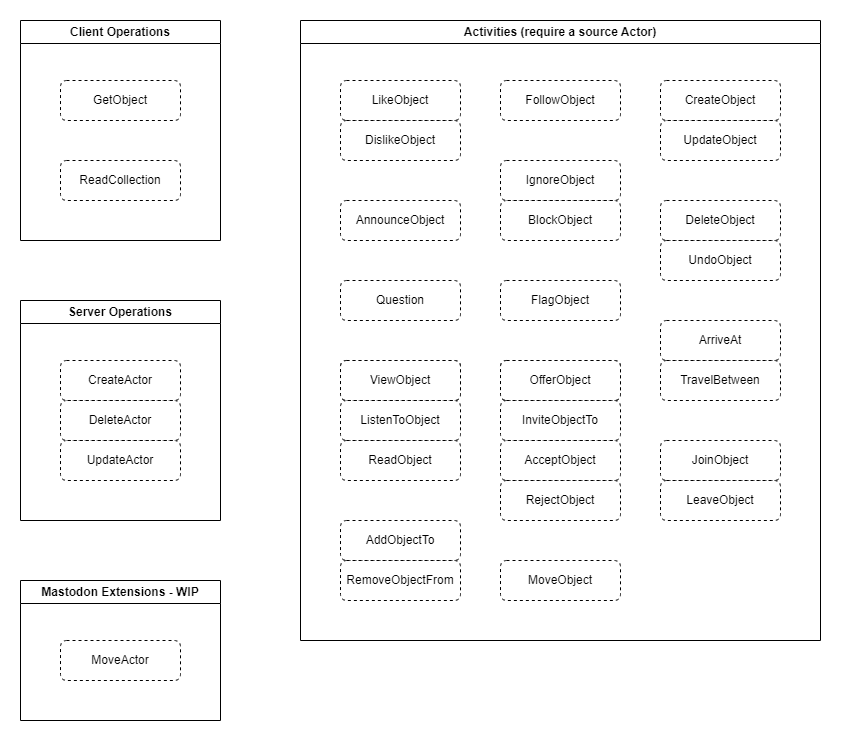
This is Documentation/Design Documents/use_cases.drawio.png from warriordog/ActivityPubSharp, a draw.io export, as it was before one commit. Source tidied: cells renumbered, new cells last; positions are measured from the earlier drawing's top-left corner, leaving out a move shared by most shapes.
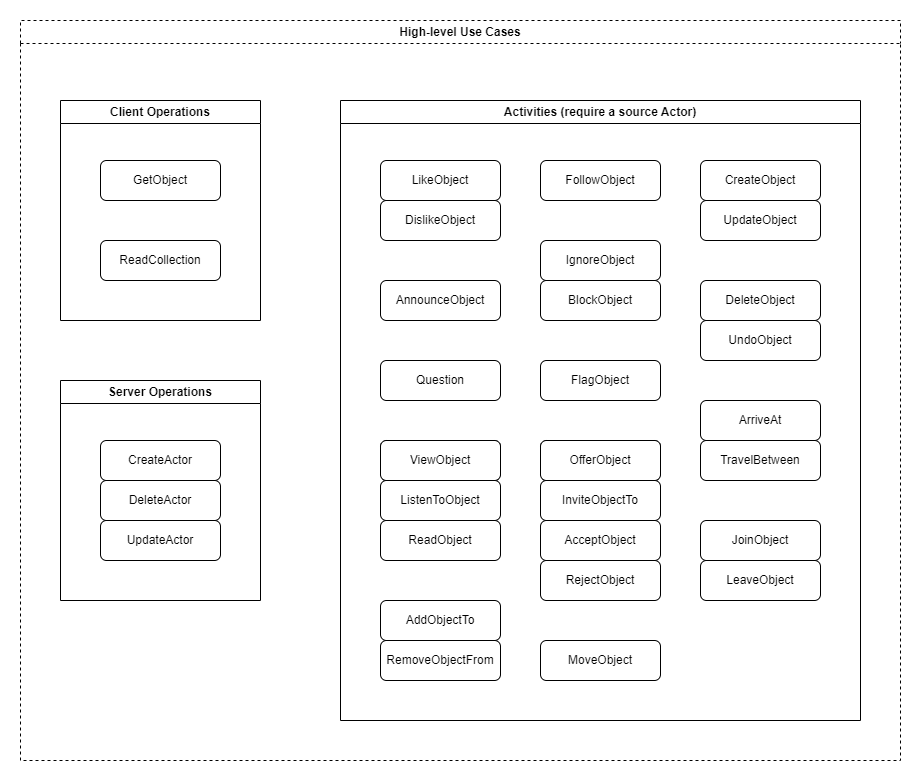
After the change.

Commit message:
group use cases by abstraction level

Diff of the diagram source:
```diff
@@ -2,119 +2,116 @@
   <root>
     <mxCell id="0" />
     <mxCell id="1" parent="0" />
+    <mxCell id="40" value="High-level Use Cases" style="swimlane;whiteSpace=wrap;html=1;dashed=1;" parent="1" vertex="1">
+      <mxGeometry x="-280" y="-200" width="880" height="740" as="geometry" />
+    </mxCell>
-    <mxCell id="2" value="Activities (require a source Actor)" style="swimlane;whiteSpace=wrap;html=1;" parent="1" vertex="1">
-      <mxGeometry x="280" width="520" height="620" as="geometry" />
+    <mxCell id="2" value="Activities (require a source Actor)" style="swimlane;whiteSpace=wrap;html=1;" parent="40" vertex="1">
+      <mxGeometry x="320" y="80" width="520" height="620" as="geometry" />
     </mxCell>
-    <mxCell id="3" value="FollowObject" style="rounded=1;whiteSpace=wrap;html=1;dashed=1;" parent="2" vertex="1">
+    <mxCell id="3" value="FollowObject" style="rounded=1;whiteSpace=wrap;html=1;" parent="2" vertex="1">
       <mxGeometry x="200" y="60" width="120" height="40" as="geometry" />
     </mxCell>
-    <mxCell id="4" value="LikeObject" style="rounded=1;whiteSpace=wrap;html=1;dashed=1;" parent="2" vertex="1">
+    <mxCell id="4" value="LikeObject" style="rounded=1;whiteSpace=wrap;html=1;" parent="2" vertex="1">
       <mxGeometry x="40" y="60" width="120" height="40" as="geometry" />
     </mxCell>
-    <mxCell id="5" value="BlockObject" style="rounded=1;whiteSpace=wrap;html=1;dashed=1;" parent="2" vertex="1">
+    <mxCell id="5" value="BlockObject" style="rounded=1;whiteSpace=wrap;html=1;" parent="2" vertex="1">
       <mxGeometry x="200" y="180" width="120" height="40" as="geometry" />
     </mxCell>
-    <mxCell id="6" value="AnnounceObject" style="rounded=1;whiteSpace=wrap;html=1;dashed=1;" parent="2" vertex="1">
+    <mxCell id="6" value="AnnounceObject" style="rounded=1;whiteSpace=wrap;html=1;" parent="2" vertex="1">
       <mxGeometry x="40" y="180" width="120" height="40" as="geometry" />
     </mxCell>
-    <mxCell id="7" value="UpdateObject" style="rounded=1;whiteSpace=wrap;html=1;dashed=1;" parent="2" vertex="1">
+    <mxCell id="7" value="UpdateObject" style="rounded=1;whiteSpace=wrap;html=1;" parent="2" vertex="1">
       <mxGeometry x="360" y="100" width="120" height="40" as="geometry" />
     </mxCell>
-    <mxCell id="8" value="DeleteObject" style="rounded=1;whiteSpace=wrap;html=1;dashed=1;" parent="2" vertex="1">
+    <mxCell id="8" value="DeleteObject" style="rounded=1;whiteSpace=wrap;html=1;" parent="2" vertex="1">
       <mxGeometry x="360" y="180" width="120" height="40" as="geometry" />
     </mxCell>
-    <mxCell id="9" value="CreateObject" style="rounded=1;whiteSpace=wrap;html=1;dashed=1;" parent="2" vertex="1">
+    <mxCell id="9" value="CreateObject" style="rounded=1;whiteSpace=wrap;html=1;" parent="2" vertex="1">
       <mxGeometry x="360" y="60" width="120" height="40" as="geometry" />
     </mxCell>
-    <mxCell id="10" value="AcceptObject" style="rounded=1;whiteSpace=wrap;html=1;dashed=1;" parent="2" vertex="1">
+    <mxCell id="10" value="AcceptObject" style="rounded=1;whiteSpace=wrap;html=1;" parent="2" vertex="1">
       <mxGeometry x="200" y="420" width="120" height="40" as="geometry" />
     </mxCell>
-    <mxCell id="11" value="ArriveAt" style="rounded=1;whiteSpace=wrap;html=1;dashed=1;" parent="2" vertex="1">
+    <mxCell id="11" value="ArriveAt" style="rounded=1;whiteSpace=wrap;html=1;" parent="2" vertex="1">
       <mxGeometry x="360" y="300" width="120" height="40" as="geometry" />
     </mxCell>
-    <mxCell id="12" value="IgnoreObject" style="rounded=1;whiteSpace=wrap;html=1;dashed=1;" parent="2" vertex="1">
+    <mxCell id="12" value="IgnoreObject" style="rounded=1;whiteSpace=wrap;html=1;" parent="2" vertex="1">
       <mxGeometry x="200" y="140" width="120" height="40" as="geometry" />
     </mxCell>
-    <mxCell id="13" value="JoinObject" style="rounded=1;whiteSpace=wrap;html=1;dashed=1;" parent="2" vertex="1">
+    <mxCell id="13" value="JoinObject" style="rounded=1;whiteSpace=wrap;html=1;" parent="2" vertex="1">
       <mxGeometry x="360" y="420" width="120" height="40" as="geometry" />
     </mxCell>
-    <mxCell id="14" value="LeaveObject" style="rounded=1;whiteSpace=wrap;html=1;dashed=1;" parent="2" vertex="1">
+    <mxCell id="14" value="LeaveObject" style="rounded=1;whiteSpace=wrap;html=1;" parent="2" vertex="1">
       <mxGeometry x="360" y="460" width="120" height="40" as="geometry" />
     </mxCell>
     <mxCell id="15" value="OfferObject" style="rounded=1;whiteSpace=wrap;html=1;dashed=1;" parent="2" vertex="1">
       <mxGeometry x="200" y="340" width="120" height="40" as="geometry" />
     </mxCell>
-    <mxCell id="16" value="UndoObject" style="rounded=1;whiteSpace=wrap;html=1;dashed=1;" parent="2" vertex="1">
+    <mxCell id="16" value="UndoObject" style="rounded=1;whiteSpace=wrap;html=1;" parent="2" vertex="1">
       <mxGeometry x="360" y="220" width="120" height="40" as="geometry" />
     </mxCell>
     <mxCell id="17" value="ViewObject" style="rounded=1;whiteSpace=wrap;html=1;dashed=1;" parent="2" vertex="1">
       <mxGeometry x="40" y="340" width="120" height="40" as="geometry" />
     </mxCell>
-    <mxCell id="18" value="ListenToObject" style="rounded=1;whiteSpace=wrap;html=1;dashed=1;" parent="2" vertex="1">
+    <mxCell id="18" value="ListenToObject" style="rounded=1;whiteSpace=wrap;html=1;" parent="2" vertex="1">
       <mxGeometry x="40" y="380" width="120" height="40" as="geometry" />
     </mxCell>
-    <mxCell id="19" value="ReadObject" style="rounded=1;whiteSpace=wrap;html=1;dashed=1;" parent="2" vertex="1">
+    <mxCell id="19" value="ReadObject" style="rounded=1;whiteSpace=wrap;html=1;" parent="2" vertex="1">
       <mxGeometry x="40" y="420" width="120" height="40" as="geometry" />
     </mxCell>
-    <mxCell id="20" value="TravelBetween" style="rounded=1;whiteSpace=wrap;html=1;dashed=1;" parent="2" vertex="1">
+    <mxCell id="20" value="TravelBetween" style="rounded=1;whiteSpace=wrap;html=1;" parent="2" vertex="1">
       <mxGeometry x="360" y="340" width="120" height="40" as="geometry" />
     </mxCell>
-    <mxCell id="21" value="RejectObject" style="rounded=1;whiteSpace=wrap;html=1;dashed=1;" parent="2" vertex="1">
+    <mxCell id="21" value="RejectObject" style="rounded=1;whiteSpace=wrap;html=1;" parent="2" vertex="1">
       <mxGeometry x="200" y="460" width="120" height="40" as="geometry" />
     </mxCell>
-    <mxCell id="22" value="OfferObject" style="rounded=1;whiteSpace=wrap;html=1;dashed=1;" parent="2" vertex="1">
+    <mxCell id="22" value="OfferObject" style="rounded=1;whiteSpace=wrap;html=1;" parent="2" vertex="1">
       <mxGeometry x="200" y="340" width="120" height="40" as="geometry" />
     </mxCell>
-    <mxCell id="23" value="InviteObjectTo" style="rounded=1;whiteSpace=wrap;html=1;dashed=1;" parent="2" vertex="1">
+    <mxCell id="23" value="InviteObjectTo" style="rounded=1;whiteSpace=wrap;html=1;" parent="2" vertex="1">
       <mxGeometry x="200" y="380" width="120" height="40" as="geometry" />
     </mxCell>
-    <mxCell id="24" value="ViewObject" style="rounded=1;whiteSpace=wrap;html=1;dashed=1;" parent="2" vertex="1">
+    <mxCell id="24" value="ViewObject" style="rounded=1;whiteSpace=wrap;html=1;" parent="2" vertex="1">
       <mxGeometry x="40" y="340" width="120" height="40" as="geometry" />
     </mxCell>
-    <mxCell id="25" value="FlagObject" style="rounded=1;whiteSpace=wrap;html=1;dashed=1;" parent="2" vertex="1">
+    <mxCell id="25" value="FlagObject" style="rounded=1;whiteSpace=wrap;html=1;" parent="2" vertex="1">
       <mxGeometry x="200" y="260" width="120" height="40" as="geometry" />
     </mxCell>
-    <mxCell id="26" value="DislikeObject" style="rounded=1;whiteSpace=wrap;html=1;dashed=1;" parent="2" vertex="1">
+    <mxCell id="26" value="DislikeObject" style="rounded=1;whiteSpace=wrap;html=1;" parent="2" vertex="1">
       <mxGeometry x="40" y="100" width="120" height="40" as="geometry" />
     </mxCell>
-    <mxCell id="27" value="Question" style="rounded=1;whiteSpace=wrap;html=1;dashed=1;" parent="2" vertex="1">
+    <mxCell id="27" value="Question" style="rounded=1;whiteSpace=wrap;html=1;" parent="2" vertex="1">
       <mxGeometry x="40" y="260" width="120" height="40" as="geometry" />
     </mxCell>
-    <mxCell id="28" value="MoveObject" style="rounded=1;whiteSpace=wrap;html=1;dashed=1;" parent="2" vertex="1">
+    <mxCell id="28" value="MoveObject" style="rounded=1;whiteSpace=wrap;html=1;" parent="2" vertex="1">
       <mxGeometry x="200" y="540" width="120" height="40" as="geometry" />
     </mxCell>
-    <mxCell id="29" value="AddObjectTo" style="rounded=1;whiteSpace=wrap;html=1;dashed=1;" parent="2" vertex="1">
+    <mxCell id="29" value="AddObjectTo" style="rounded=1;whiteSpace=wrap;html=1;" parent="2" vertex="1">
       <mxGeometry x="40" y="500" width="120" height="40" as="geometry" />
     </mxCell>
-    <mxCell id="30" value="RemoveObjectFrom" style="rounded=1;whiteSpace=wrap;html=1;dashed=1;" parent="2" vertex="1">
+    <mxCell id="30" value="RemoveObjectFrom" style="rounded=1;whiteSpace=wrap;html=1;" parent="2" vertex="1">
       <mxGeometry x="40" y="540" width="120" height="40" as="geometry" />
     </mxCell>
-    <mxCell id="31" value="Client Operations" style="swimlane;whiteSpace=wrap;html=1;" parent="1" vertex="1">
-      <mxGeometry width="200" height="220" as="geometry" />
+    <mxCell id="31" value="Client Operations" style="swimlane;whiteSpace=wrap;html=1;" parent="40" vertex="1">
+      <mxGeometry x="40" y="80" width="200" height="220" as="geometry" />
     </mxCell>
-    <mxCell id="32" value="GetObject" style="rounded=1;whiteSpace=wrap;html=1;dashed=1;" parent="31" vertex="1">
+    <mxCell id="32" value="GetObject" style="rounded=1;whiteSpace=wrap;html=1;" parent="31" vertex="1">
       <mxGeometry x="40" y="60" width="120" height="40" as="geometry" />
     </mxCell>
-    <mxCell id="33" value="ReadCollection" style="rounded=1;whiteSpace=wrap;html=1;dashed=1;" parent="31" vertex="1">
+    <mxCell id="33" value="ReadCollection" style="rounded=1;whiteSpace=wrap;html=1;" parent="31" vertex="1">
       <mxGeometry x="40" y="140" width="120" height="40" as="geometry" />
     </mxCell>
-    <mxCell id="34" value="Server Operations" style="swimlane;whiteSpace=wrap;html=1;" parent="1" vertex="1">
-      <mxGeometry y="280" width="200" height="220" as="geometry" />
+    <mxCell id="34" value="Server Operations" style="swimlane;whiteSpace=wrap;html=1;" parent="40" vertex="1">
+      <mxGeometry x="40" y="360" width="200" height="220" as="geometry" />
     </mxCell>
-    <mxCell id="35" value="UpdateActor" style="rounded=1;whiteSpace=wrap;html=1;dashed=1;" parent="34" vertex="1">
+    <mxCell id="35" value="UpdateActor" style="rounded=1;whiteSpace=wrap;html=1;" parent="34" vertex="1">
       <mxGeometry x="40" y="140" width="120" height="40" as="geometry" />
     </mxCell>
-    <mxCell id="36" value="DeleteActor" style="rounded=1;whiteSpace=wrap;html=1;dashed=1;" parent="34" vertex="1">
+    <mxCell id="36" value="DeleteActor" style="rounded=1;whiteSpace=wrap;html=1;" parent="34" vertex="1">
       <mxGeometry x="40" y="100" width="120" height="40" as="geometry" />
     </mxCell>
-    <mxCell id="37" value="CreateActor" style="rounded=1;whiteSpace=wrap;html=1;dashed=1;" parent="34" vertex="1">
+    <mxCell id="37" value="CreateActor" style="rounded=1;whiteSpace=wrap;html=1;" parent="34" vertex="1">
       <mxGeometry x="40" y="60" width="120" height="40" as="geometry" />
     </mxCell>
-    <mxCell id="38" value="Mastodon Extensions - WIP" style="swimlane;whiteSpace=wrap;html=1;" parent="1" vertex="1">
-      <mxGeometry y="560" width="200" height="140" as="geometry" />
-    </mxCell>
-    <mxCell id="39" value="MoveActor" style="rounded=1;whiteSpace=wrap;html=1;dashed=1;" parent="38" vertex="1">
-      <mxGeometry x="40" y="60" width="120" height="40" as="geometry" />
-    </mxCell>
   </root>
 </mxGraphModel>
```
